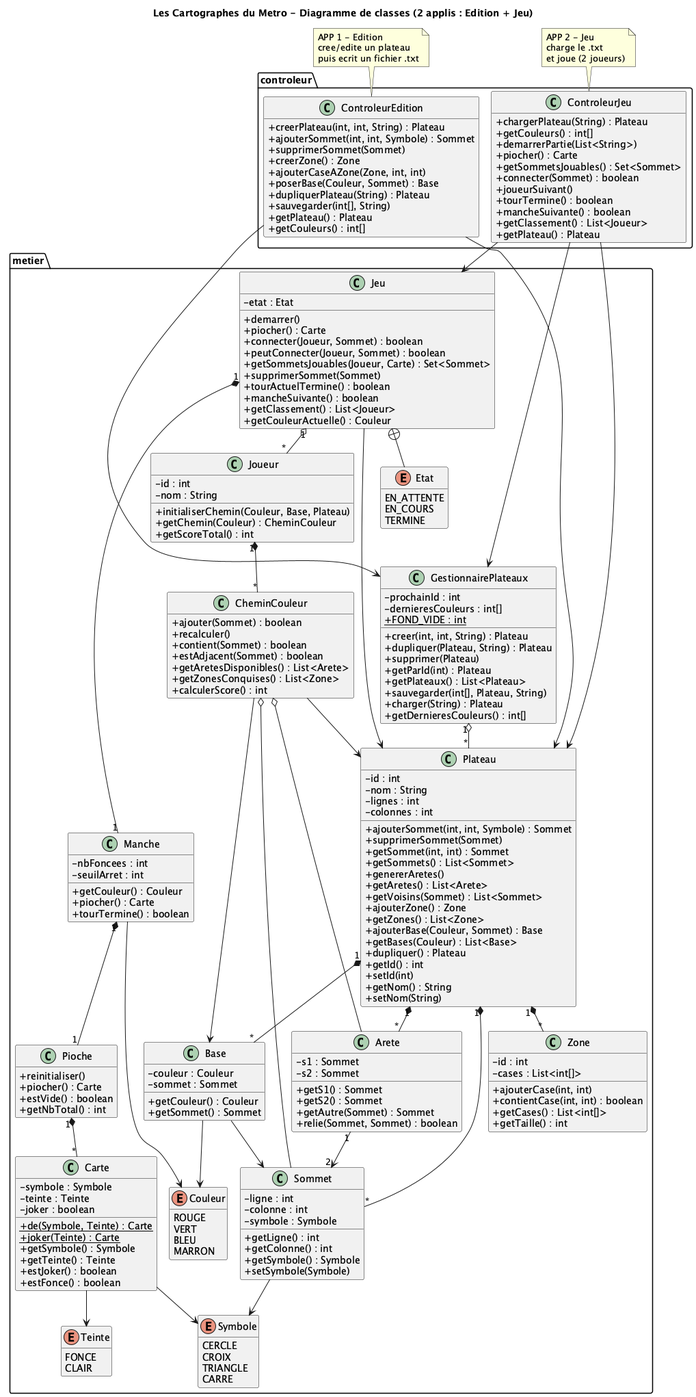
Dieuloucas/THE-LAST-SAE keeps this PlantUML diagram as diagramme-classes.png. Above is the earlier version. Source of this version:
```plantuml
@startuml Cartographes-du-Metro
!pragma layout smetana
title Les Cartographes du Metro - Diagramme de classes (2 applis : Edition + Jeu)

skinparam classAttributeIconSize 0
hide empty members

package metier <<Folder>> {

enum Symbole {
  CERCLE
  CROIX
  TRIANGLE
  CARRE
}

enum Couleur {
  ROUGE
  VERT
  BLEU
  MARRON
}

enum Teinte {
  FONCE
  CLAIR
}

class Sommet {
  - ligne : int
  - colonne : int
  - symbole : Symbole
  + getLigne() : int
  + getColonne() : int
  + getSymbole() : Symbole
  + setSymbole(Symbole)
}

class Arete {
  - s1 : Sommet
  - s2 : Sommet
  + getS1() : Sommet
  + getS2() : Sommet
  + getAutre(Sommet) : Sommet
  + relie(Sommet, Sommet) : boolean
}

class Zone {
  - id : int
  - cases : List<int[]>
  + ajouterCase(int, int)
  + contientCase(int, int) : boolean
  + getCases() : List<int[]>
  + getTaille() : int
}

class Base {
  - couleur : Couleur
  - sommet : Sommet
  + getCouleur() : Couleur
  + getSommet() : Sommet
}

class Plateau {
  - id : int
  - nom : String
  - lignes : int
  - colonnes : int
  + ajouterSommet(int, int, Symbole) : Sommet
  + supprimerSommet(Sommet)
  + getSommet(int, int) : Sommet
  + getSommets() : List<Sommet>
  + genererAretes()
  + getAretes() : List<Arete>
  + getVoisins(Sommet) : List<Sommet>
  + ajouterZone() : Zone
  + getZones() : List<Zone>
  + ajouterBase(Couleur, Sommet) : Base
  + getBases(Couleur) : List<Base>
  + dupliquer() : Plateau
  + getId() : int
  + setId(int)
  + getNom() : String
  + setNom(String)
}

class GestionnairePlateaux {
  - prochainId : int
  - dernieresCouleurs : int[]
  + {static} FOND_VIDE : int
  + creer(int, int, String) : Plateau
  + dupliquer(Plateau, String) : Plateau
  + supprimer(Plateau)
  + getParId(int) : Plateau
  + getPlateaux() : List<Plateau>
  + sauvegarder(int[], Plateau, String)
  + charger(String) : Plateau
  + getDernieresCouleurs() : int[]
}

class Carte {
  - symbole : Symbole
  - teinte : Teinte
  - joker : boolean
  + {static} de(Symbole, Teinte) : Carte
  + {static} joker(Teinte) : Carte
  + getSymbole() : Symbole
  + getTeinte() : Teinte
  + estJoker() : boolean
  + estFonce() : boolean
}

class Pioche {
  + reinitialiser()
  + piocher() : Carte
  + estVide() : boolean
  + getNbTotal() : int
}

class Manche {
  - nbFoncees : int
  - seuilArret : int
  + getCouleur() : Couleur
  + piocher() : Carte
  + tourTermine() : boolean
}

class CheminCouleur {
  + ajouter(Sommet) : boolean
  + recalculer()
  + contient(Sommet) : boolean
  + estAdjacent(Sommet) : boolean
  + getAretesDisponibles() : List<Arete>
  + getZonesConquises() : List<Zone>
  + calculerScore() : int
}

class Joueur {
  - id : int
  - nom : String
  + initialiserChemin(Couleur, Base, Plateau)
  + getChemin(Couleur) : CheminCouleur
  + getScoreTotal() : int
}

class Jeu {
  - etat : Etat
  + demarrer()
  + piocher() : Carte
  + connecter(Joueur, Sommet) : boolean
  + peutConnecter(Joueur, Sommet) : boolean
  + getSommetsJouables(Joueur, Carte) : Set<Sommet>
  + supprimerSommet(Sommet)
  + tourActuelTermine() : boolean
  + mancheSuivante() : boolean
  + getClassement() : List<Joueur>
  + getCouleurActuelle() : Couleur
}

enum Etat {
  EN_ATTENTE
  EN_COURS
  TERMINE
}
}

package controleur <<Folder>> {

class ControleurEdition {
  + creerPlateau(int, int, String) : Plateau
  + ajouterSommet(int, int, Symbole) : Sommet
  + supprimerSommet(Sommet)
  + creerZone() : Zone
  + ajouterCaseAZone(Zone, int, int)
  + poserBase(Couleur, Sommet) : Base
  + dupliquerPlateau(String) : Plateau
  + sauvegarder(int[], String)
  + getPlateau() : Plateau
  + getCouleurs() : int[]
}

class ControleurJeu {
  + chargerPlateau(String) : Plateau
  + getCouleurs() : int[]
  + demarrerPartie(List<String>)
  + piocher() : Carte
  + getSommetsJouables() : Set<Sommet>
  + connecter(Sommet) : boolean
  + joueurSuivant()
  + tourTermine() : boolean
  + mancheSuivante() : boolean
  + getClassement() : List<Joueur>
  + getPlateau() : Plateau
}
}

note top of ControleurEdition : APP 1 - Edition\ncree/edite un plateau\npuis ecrit un fichier .txt
note top of ControleurJeu : APP 2 - Jeu\ncharge le .txt\net joue (2 joueurs)


Plateau "1" *-- "*" Sommet
Plateau "1" *-- "*" Arete
Plateau "1" *-- "*" Zone
Plateau "1" *-- "*" Base

Arete "1" --> "2" Sommet
Base --> Sommet
Base --> Couleur
Sommet --> Symbole

Carte --> Symbole
Carte --> Teinte
Pioche "1" *-- "*" Carte
Manche "1" *-- "1" Pioche
Manche --> Couleur

CheminCouleur --> Plateau
CheminCouleur --> Base
CheminCouleur o-- Sommet
CheminCouleur o-- Arete

Joueur "1" *-- "*" CheminCouleur
Jeu --> Plateau
Jeu "1" o-- "*" Joueur
Jeu "1" *-- "1" Manche
Jeu +-- Etat

GestionnairePlateaux "1" o-- "*" Plateau

ControleurEdition --> GestionnairePlateaux
ControleurEdition --> Plateau

ControleurJeu --> GestionnairePlateaux
ControleurJeu --> Plateau
ControleurJeu --> Jeu

@enduml
```
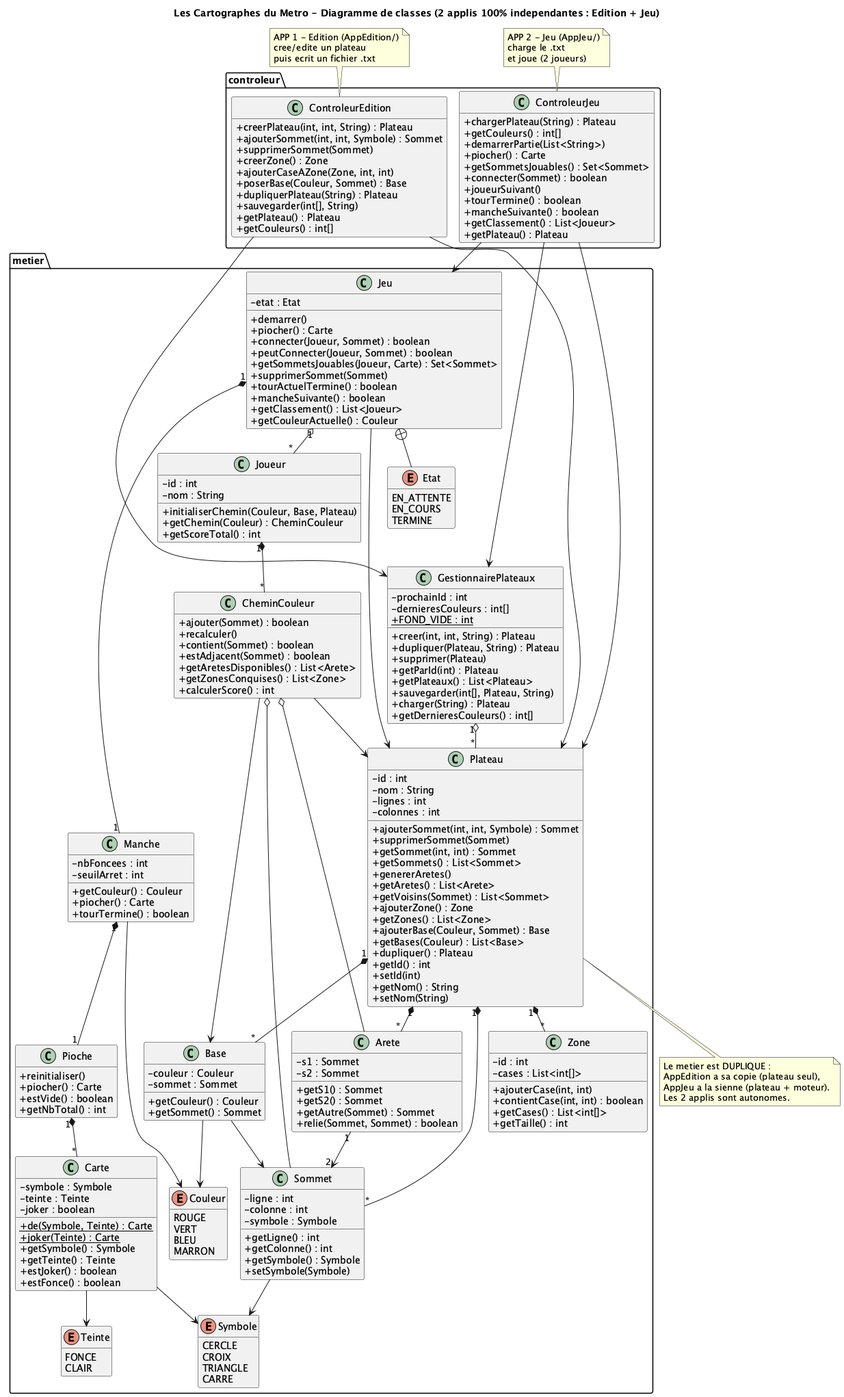
Later version of the same file.

The edit, as a diff of the source:
```diff
@@ -1,6 +1,6 @@
 @startuml Cartographes-du-Metro
 !pragma layout smetana
-title Les Cartographes du Metro - Diagramme de classes (2 applis : Edition + Jeu)
+title Les Cartographes du Metro - Diagramme de classes (2 applis 100% independantes : Edition + Jeu)
 
 skinparam classAttributeIconSize 0
 hide empty members
@@ -194,8 +194,9 @@
 }
 }
 
-note top of ControleurEdition : APP 1 - Edition\ncree/edite un plateau\npuis ecrit un fichier .txt
-note top of ControleurJeu : APP 2 - Jeu\ncharge le .txt\net joue (2 joueurs)
+note top of ControleurEdition : APP 1 - Edition (AppEdition/)\ncree/edite un plateau\npuis ecrit un fichier .txt
+note top of ControleurJeu : APP 2 - Jeu (AppJeu/)\ncharge le .txt\net joue (2 joueurs)
+note bottom of Plateau : Le metier est DUPLIQUE :\nAppEdition a sa copie (plateau seul),\nAppJeu a la sienne (plateau + moteur).\nLes 2 applis sont autonomes.
 
 
 Plateau "1" *-- "*" Sommet
```
